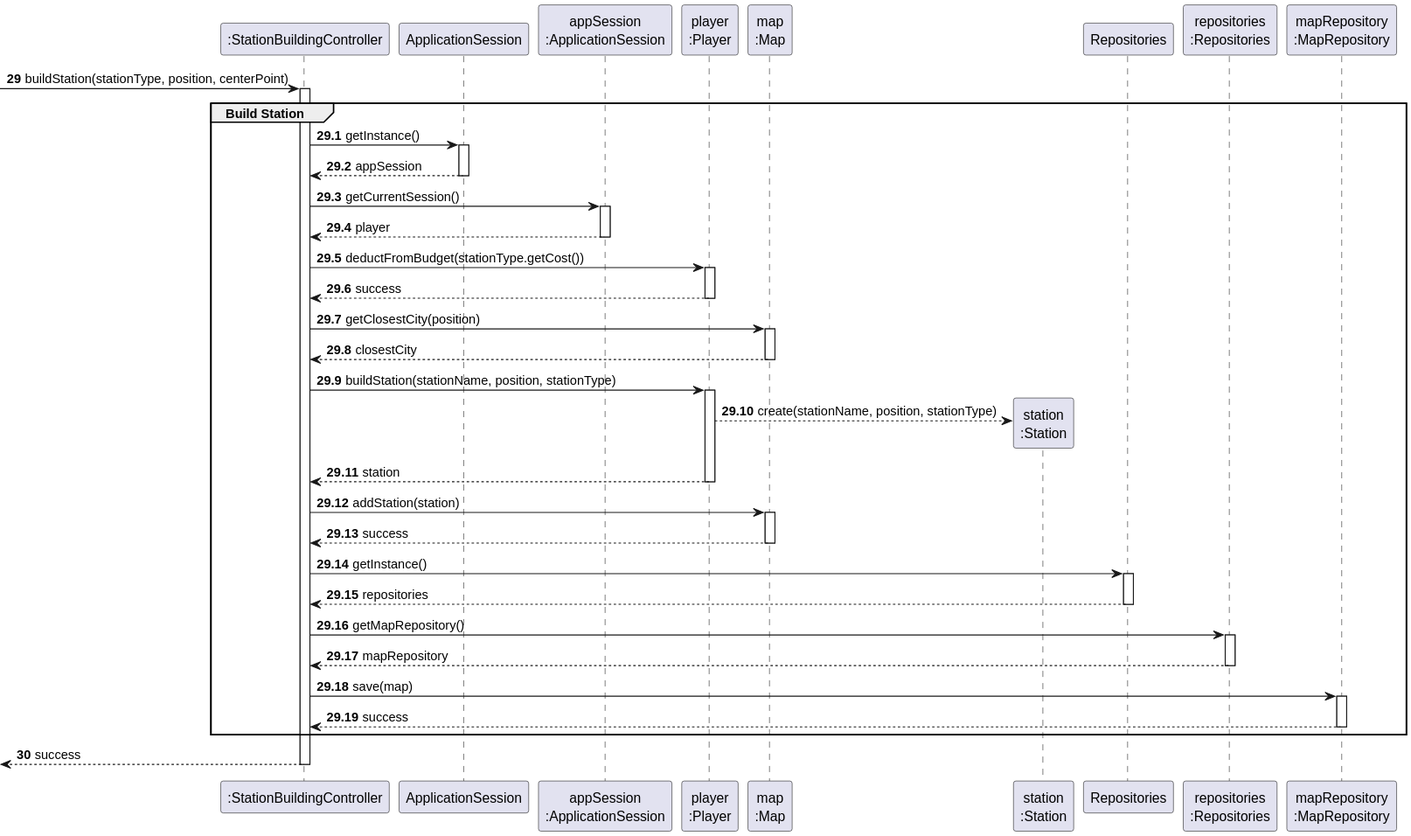
Above: docs/system-documentation/Sprint 2/US05/03.design/svg/US05-SD-partial-build-station.svg in HenriqueSilva18/Railway-Network-Simulator (PlantUML), before the change. The source it was exported from:
```plantuml
@startuml
skinparam packageStyle rectangle
skinparam shadowing false

participant ":StationBuildingController" as CTRL
participant "ApplicationSession" as APP_SESSION
participant "appSession\n:ApplicationSession" as APP_SESSION_SINGLETON
participant "player\n:Player" as PLAYER_OBJ
participant "map\n:Map" as MAP
participant "station\n:Station" as STATION
participant "Repositories" as REPOS
participant "repositories\n:Repositories" as REPOS_SINGLETON
participant "mapRepository\n:MapRepository" as MAP_REPO

autonumber 29
-> CTRL : buildStation(stationType, position, centerPoint)

autonumber 29.1
activate CTRL
    group Build Station
        CTRL -> APP_SESSION : getInstance()
        activate APP_SESSION
            APP_SESSION --> CTRL : appSession
        deactivate APP_SESSION

        CTRL -> APP_SESSION_SINGLETON : getCurrentSession()
        activate APP_SESSION_SINGLETON
            APP_SESSION_SINGLETON --> CTRL : player
        deactivate APP_SESSION_SINGLETON

        CTRL -> PLAYER_OBJ : deductFromBudget(stationType.getCost())
        activate PLAYER_OBJ
            PLAYER_OBJ --> CTRL : success
        deactivate PLAYER_OBJ

        CTRL -> MAP : getClosestCity(position)
        activate MAP
            MAP --> CTRL : closestCity
        deactivate MAP

        CTRL -> PLAYER_OBJ : buildStation(stationName, position, stationType)
        activate PLAYER_OBJ
            PLAYER_OBJ --> STATION** : create(stationName, position, stationType)
            PLAYER_OBJ --> CTRL : station
        deactivate PLAYER_OBJ

        CTRL -> MAP : addStation(station)
        activate MAP
            MAP --> CTRL : success
        deactivate MAP

        CTRL -> REPOS : getInstance()
        activate REPOS
            REPOS --> CTRL: repositories
        deactivate REPOS

        CTRL -> REPOS_SINGLETON : getMapRepository()
        activate REPOS_SINGLETON
            REPOS_SINGLETON --> CTRL: mapRepository
        deactivate REPOS_SINGLETON

        CTRL -> MAP_REPO : save(map)
        activate MAP_REPO
            MAP_REPO --> CTRL : success
        deactivate MAP_REPO
    end

    autonumber 30
    <-- CTRL : success
deactivate CTRL
@enduml
```
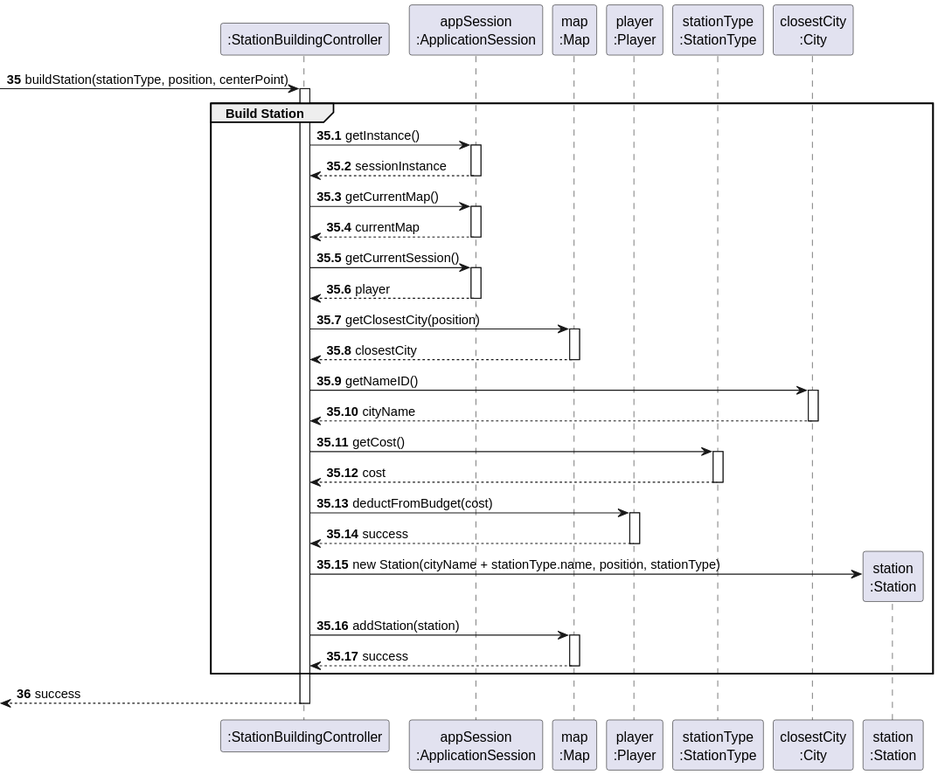
Above is the later version.

Change to the diagram source:
```diff
@@ -3,69 +3,63 @@
 skinparam shadowing false
 
 participant ":StationBuildingController" as CTRL
-participant "ApplicationSession" as APP_SESSION
-participant "appSession\n:ApplicationSession" as APP_SESSION_SINGLETON
-participant "player\n:Player" as PLAYER_OBJ
+participant "appSession\n:ApplicationSession" as APP_SESSION
 participant "map\n:Map" as MAP
+participant "player\n:Player" as PLAYER
+participant "stationType\n:StationType" as TYPE
+participant "closestCity\n:City" as CITY
 participant "station\n:Station" as STATION
-participant "Repositories" as REPOS
-participant "repositories\n:Repositories" as REPOS_SINGLETON
-participant "mapRepository\n:MapRepository" as MAP_REPO
 
-autonumber 29
+autonumber 35
 -> CTRL : buildStation(stationType, position, centerPoint)
 
-autonumber 29.1
+autonumber 35.1
 activate CTRL
     group Build Station
-        CTRL -> APP_SESSION : getInstance()
+        CTRL -> APP_SESSION: getInstance()
         activate APP_SESSION
-            APP_SESSION --> CTRL : appSession
+            APP_SESSION --> CTRL: sessionInstance
         deactivate APP_SESSION
 
-        CTRL -> APP_SESSION_SINGLETON : getCurrentSession()
-        activate APP_SESSION_SINGLETON
-            APP_SESSION_SINGLETON --> CTRL : player
-        deactivate APP_SESSION_SINGLETON
+        CTRL -> APP_SESSION: getCurrentMap()
+        activate APP_SESSION
+            APP_SESSION --> CTRL: currentMap
+        deactivate APP_SESSION
 
-        CTRL -> PLAYER_OBJ : deductFromBudget(stationType.getCost())
-        activate PLAYER_OBJ
-            PLAYER_OBJ --> CTRL : success
-        deactivate PLAYER_OBJ
+        CTRL -> APP_SESSION: getCurrentSession()
+        activate APP_SESSION
+            APP_SESSION --> CTRL: player
+        deactivate APP_SESSION
 
-        CTRL -> MAP : getClosestCity(position)
+        CTRL -> MAP: getClosestCity(position)
         activate MAP
-            MAP --> CTRL : closestCity
+            MAP --> CTRL: closestCity
         deactivate MAP
 
-        CTRL -> PLAYER_OBJ : buildStation(stationName, position, stationType)
-        activate PLAYER_OBJ
-            PLAYER_OBJ --> STATION** : create(stationName, position, stationType)
-            PLAYER_OBJ --> CTRL : station
-        deactivate PLAYER_OBJ
+        CTRL -> CITY: getNameID()
+        activate CITY
+            CITY --> CTRL: cityName
+        deactivate CITY
 
-        CTRL -> MAP : addStation(station)
+        CTRL -> TYPE: getCost()
+        activate TYPE
+            TYPE --> CTRL: cost
+        deactivate TYPE
+
+        CTRL -> PLAYER: deductFromBudget(cost)
+        activate PLAYER
+            PLAYER --> CTRL: success
+        deactivate PLAYER
+
+        CTRL -> STATION**: new Station(cityName + stationType.name, position, stationType)
+
+        CTRL -> MAP: addStation(station)
         activate MAP
-            MAP --> CTRL : success
+            MAP --> CTRL: success
         deactivate MAP
-
-        CTRL -> REPOS : getInstance()
-        activate REPOS
-            REPOS --> CTRL: repositories
-        deactivate REPOS
-
-        CTRL -> REPOS_SINGLETON : getMapRepository()
-        activate REPOS_SINGLETON
-            REPOS_SINGLETON --> CTRL: mapRepository
-        deactivate REPOS_SINGLETON
-
-        CTRL -> MAP_REPO : save(map)
-        activate MAP_REPO
-            MAP_REPO --> CTRL : success
-        deactivate MAP_REPO
     end
 
-    autonumber 30
+    autonumber 36
     <-- CTRL : success
 deactivate CTRL
 @enduml
```
